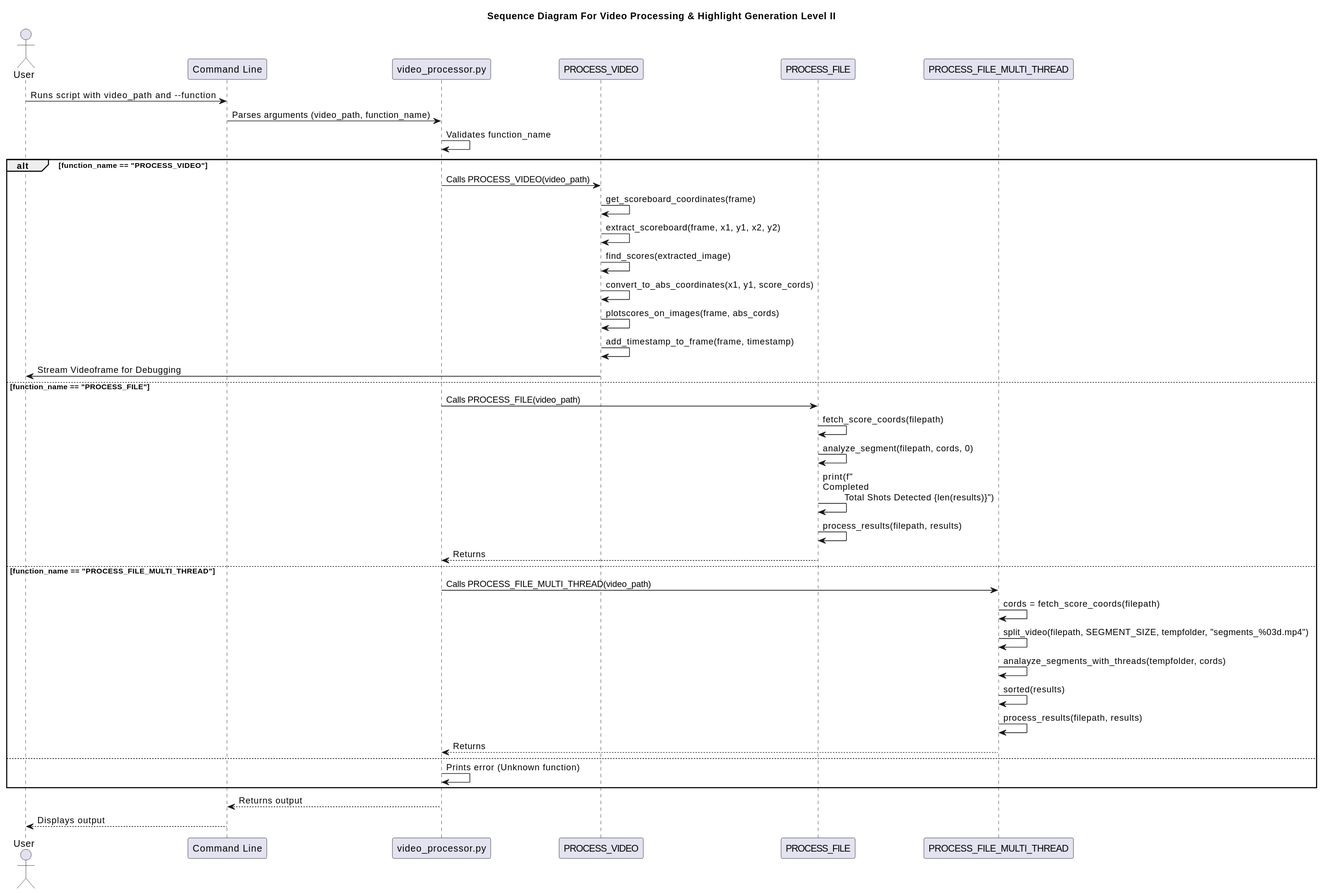
SawaabA/Clip_Genius keeps this PlantUML diagram as out/Docs/uml/SequenceOCR_level2/CLIP_GENIUS_2.svg. Above is the earlier version. Source of this version:
```plantuml
@startuml
title Sequence Diagram For Video Processing & Highlight Generation Level II

actor User
participant "Command Line" as CLI
participant "video_processor.py" as Script
participant "PROCESS_VIDEO" as PV
participant "PROCESS_FILE" as PF
participant "PROCESS_FILE_MULTI_THREAD" as PFT

User -> CLI: Runs script with video_path and --function
CLI -> Script: Parses arguments (video_path, function_name)
Script -> Script: Validates function_name
alt function_name == "PROCESS_VIDEO"
    Script -> PV: Calls PROCESS_VIDEO(video_path)
    PV->PV:get_scoreboard_coordinates(frame)
    PV->PV:extract_scoreboard(frame, x1, y1, x2, y2)
    PV->PV:find_scores(extracted_image)
    PV->PV:convert_to_abs_coordinates(x1, y1, score_cords)
    PV->PV:plotscores_on_images(frame, abs_cords)
    PV->PV:add_timestamp_to_frame(frame, timestamp)
    PV -> User: Stream Videoframe for Debugging

else function_name == "PROCESS_FILE"
    Script -> PF: Calls PROCESS_FILE(video_path)
    PF->PF:fetch_score_coords(filepath)
    PF->PF:analyze_segment(filepath, cords, 0)
    PF->PF:print(f"\nCompleted\n\tTotal Shots Detected {len(results)}")
    PF->PF:process_results(filepath, results)
    PF --> Script: Returns
else function_name == "PROCESS_FILE_MULTI_THREAD"
    Script -> PFT: Calls PROCESS_FILE_MULTI_THREAD(video_path)

    PFT->PFT:cords = fetch_score_coords(filepath)
    PFT->PFT: split_video(filepath, SEGMENT_SIZE, tempfolder, "segments_%03d.mp4")
    PFT->PFT:analayze_segments_with_threads(tempfolder, cords)
    PFT->PFT:sorted(results)
    PFT->PFT:process_results(filepath, results)
    PFT --> Script: Returns
else
    Script -> Script: Prints error (Unknown function)
end
Script --> CLI: Returns output
CLI --> User: Displays output
@enduml
```
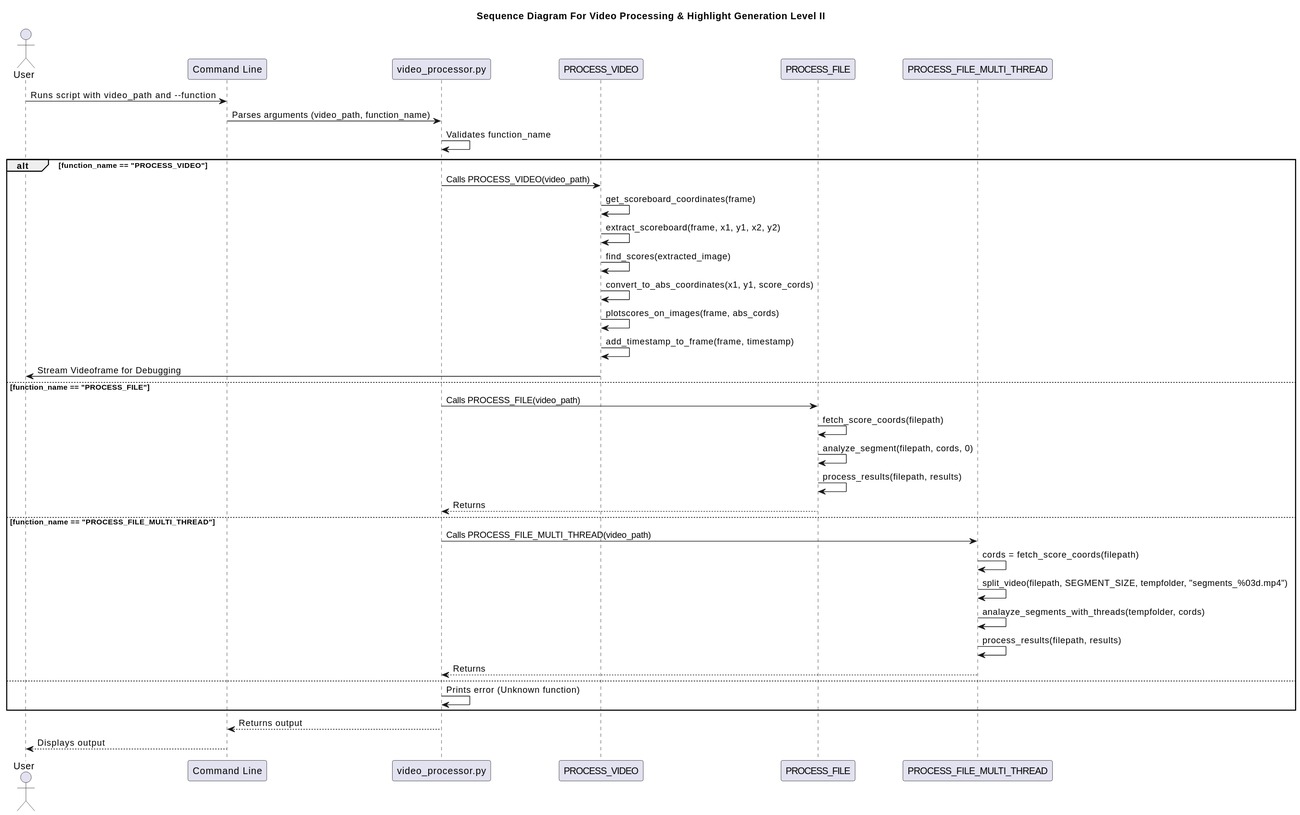
After the change.

Change to the diagram source:
```diff
@@ -25,16 +25,13 @@
     Script -> PF: Calls PROCESS_FILE(video_path)
     PF->PF:fetch_score_coords(filepath)
     PF->PF:analyze_segment(filepath, cords, 0)
-    PF->PF:print(f"\nCompleted\n\tTotal Shots Detected {len(results)}")
     PF->PF:process_results(filepath, results)
     PF --> Script: Returns
 else function_name == "PROCESS_FILE_MULTI_THREAD"
     Script -> PFT: Calls PROCESS_FILE_MULTI_THREAD(video_path)
-
     PFT->PFT:cords = fetch_score_coords(filepath)
     PFT->PFT: split_video(filepath, SEGMENT_SIZE, tempfolder, "segments_%03d.mp4")
     PFT->PFT:analayze_segments_with_threads(tempfolder, cords)
-    PFT->PFT:sorted(results)
     PFT->PFT:process_results(filepath, results)
     PFT --> Script: Returns
 else
```
